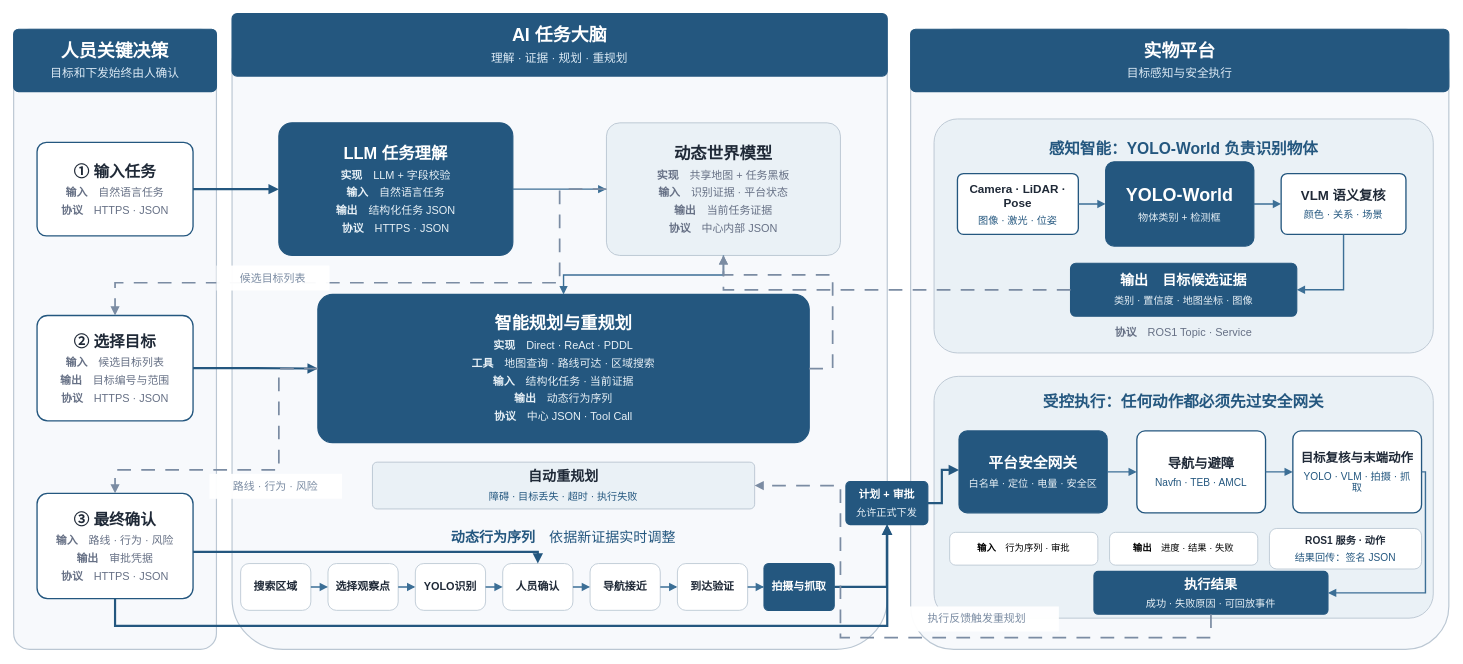
The draw.io diagram thebackend-execute.drawio in lllzzzkkk-s/changxin-code-uav, before the edit. Source tidied: cells renumbered, new cells numbered last; positions are measured from the earlier drawing's top-left corner, leaving out a move shared by most shapes. Both pictures are drawn from the tidied source at 78%, with x=0, y=0 at pixel (13, 13).
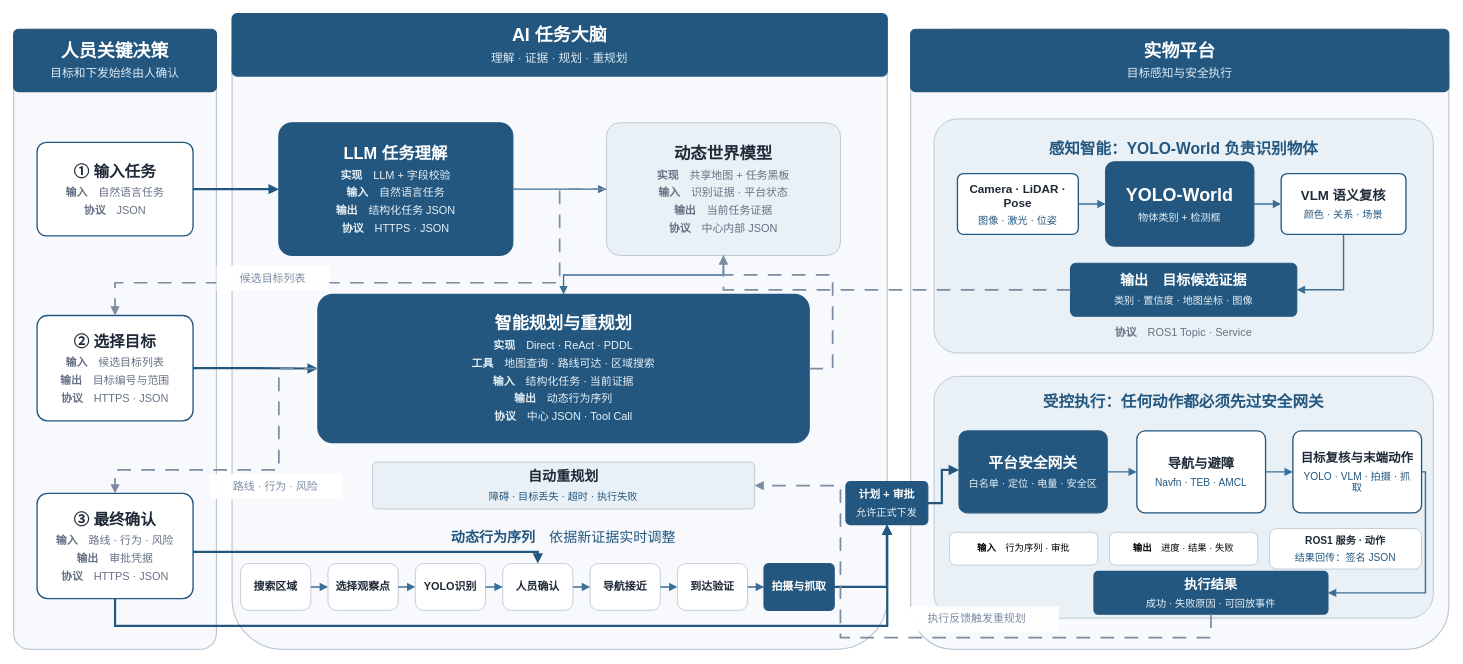
The same diagram, later.

What changed in the source:
```diff
@@
-    <mxCell id="8" value="&lt;div style=&quot;font-size:20px;font-weight:700;color:#1F2937;&quot;&gt;① 输入任务&lt;/div&gt;&lt;div style=&quot;margin-top:6px;font-size:14px;color:#667085;&quot;&gt;&lt;b&gt;输入&lt;/b&gt;　自然语言任务&lt;/div&gt;&lt;div style=&quot;margin-top:6px;font-size:14px;color:#667085;&quot;&gt;&lt;b&gt;协议&lt;/b&gt;　HTTPS · JSON&lt;/div&gt;" style="rounded=1;whiteSpace=wrap;html=1;fillColor=#FFFFFF;strokeColor=#24577F;strokeWidth=1.7;align=center;verticalAlign=middle;spacing=10;arcSize=10;" parent="1" vertex="1">
+    <mxCell id="8" value="&lt;div style=&quot;font-size: 20px; font-weight: 700; color: rgb(31, 41, 55);&quot;&gt;① 输入任务&lt;/div&gt;&lt;div style=&quot;margin-top: 6px; font-size: 14px; color: rgb(102, 112, 133);&quot;&gt;&lt;b&gt;输入&lt;/b&gt;　自然语言任务&lt;/div&gt;&lt;div style=&quot;margin-top: 6px; font-size: 14px; color: rgb(102, 112, 133);&quot;&gt;&lt;b&gt;协议&lt;/b&gt;　JSON&lt;/div&gt;" style="rounded=1;whiteSpace=wrap;html=1;fillColor=#FFFFFF;strokeColor=#24577F;strokeWidth=1.7;align=center;verticalAlign=middle;spacing=10;arcSize=10;" parent="1" vertex="1">
       <mxGeometry x="30" y="165" width="200" height="120" as="geometry" />
     </mxCell>
```
